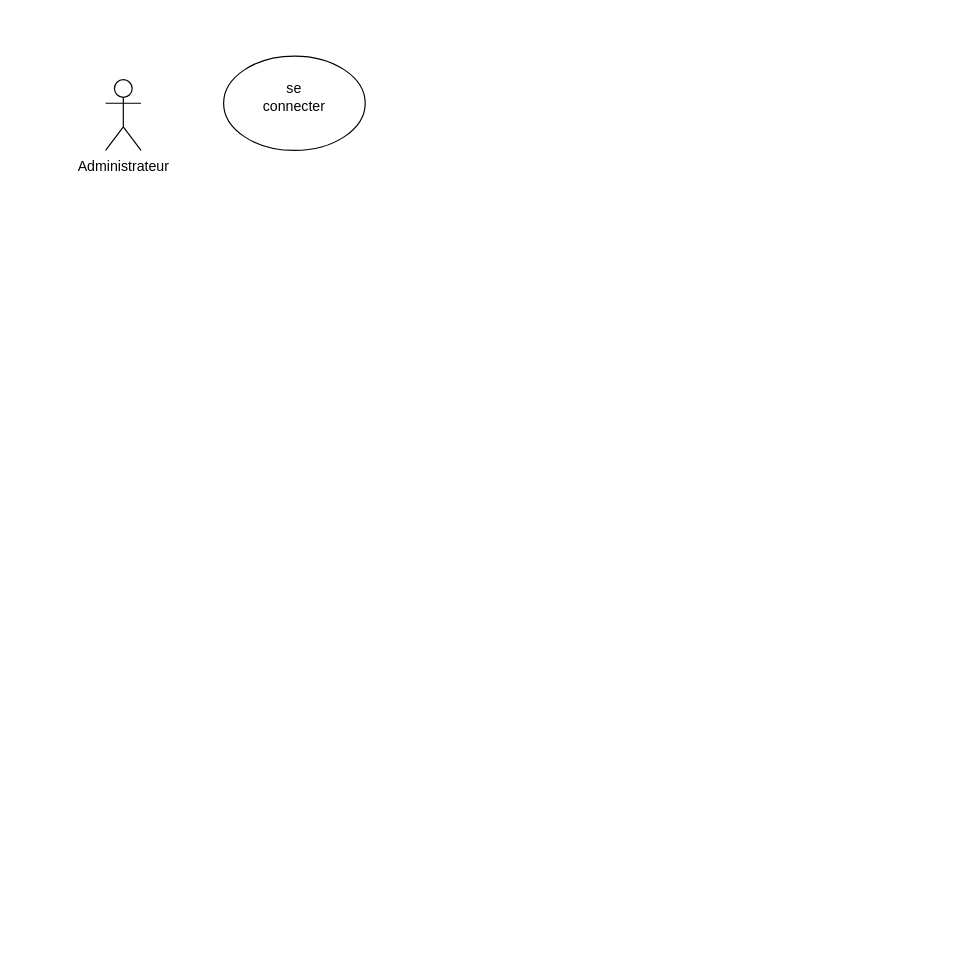
Before: PlanetBody/fonctionnalités.drawio in cyrisa02/diagrammes-UML, a draw.io diagram. Source tidied: cells renumbered, new cells numbered last; positions are measured from the earlier drawing's top-left corner, leaving out a move shared by most shapes. Both pictures are drawn from the tidied source at 118%, with x=0, y=0 at pixel (105, 55).
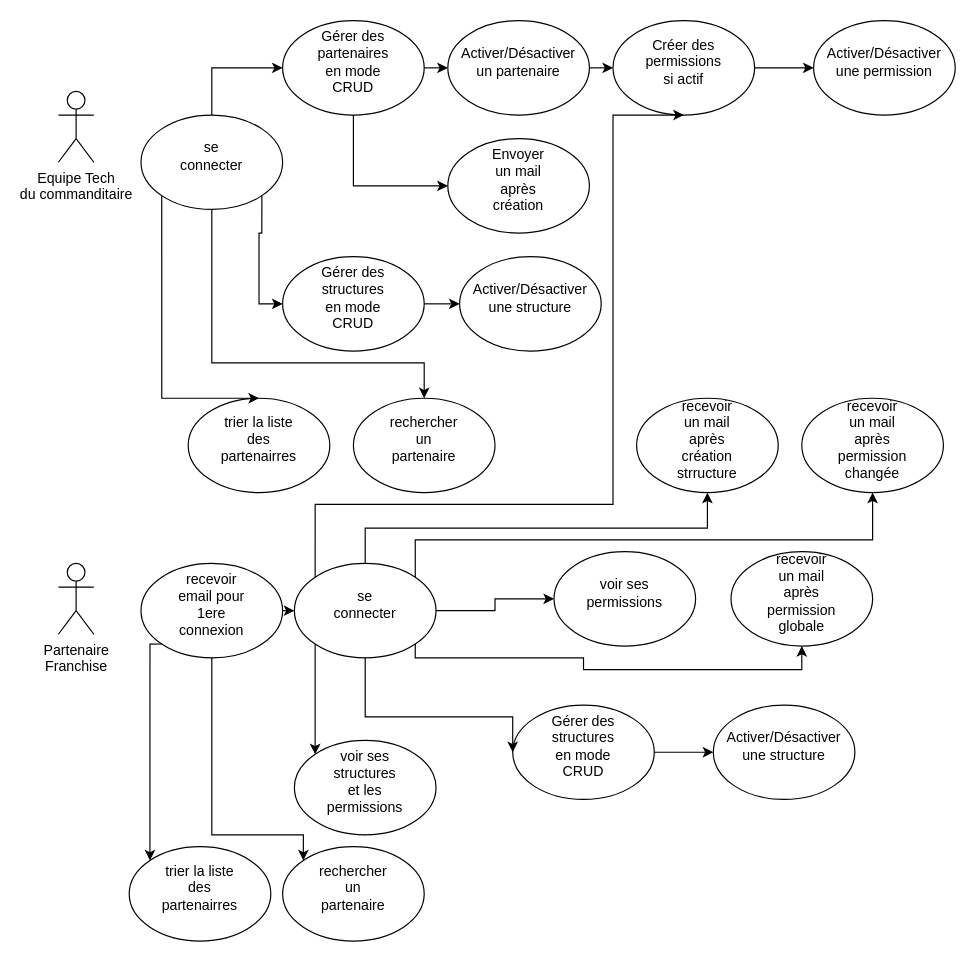
The same page after the edit.

Commit message:
Mettre à jour fonctionnalités.drawio

Unchanged cells that the change refers to:
```xml
<mxCell id="4" style="ellipse;whiteSpace=wrap;html=1;" parent="3" vertex="1">
  <mxGeometry width="120" height="80" as="geometry" />
</mxCell>
```

Diff of the diagram source:
```diff
@@
-    <mxCell id="2" value="Administrateur" style="shape=umlActor;verticalLabelPosition=bottom;verticalAlign=top;html=1;" parent="1" vertex="1">
-      <mxGeometry y="20" width="30" height="60" as="geometry" />
+    <mxCell id="2" value="&lt;div&gt;Equipe Tech&lt;/div&gt;&lt;div&gt;du commanditaire&lt;br&gt;&lt;/div&gt;" style="shape=umlActor;verticalLabelPosition=bottom;verticalAlign=top;html=1;" parent="1" vertex="1">
+      <mxGeometry x="-40" y="30" width="30" height="60" as="geometry" />
     </mxCell>
     <mxCell id="3" style="group;" parent="1" vertex="1">
-      <mxGeometry x="100" width="120" height="80" as="geometry" />
+      <mxGeometry x="30" y="50" width="120" height="80" as="geometry" />
     </mxCell>
@@
+    <mxCell id="6" style="group;" parent="1" vertex="1">
+      <mxGeometry x="150" y="-30" width="120" height="80" as="geometry" />
+    </mxCell>
+    <mxCell id="7" style="ellipse;whiteSpace=wrap;html=1;" parent="6" vertex="1">
+      <mxGeometry width="120" height="80" as="geometry" />
+    </mxCell>
+    <mxCell id="8" value="Gérer des partenaires en mode CRUD" style="text;html=1;strokeColor=none;fillColor=none;align=center;verticalAlign=middle;whiteSpace=wrap;rounded=0;" parent="6" vertex="1">
+      <mxGeometry x="30" y="20" width="60" height="30" as="geometry" />
+    </mxCell>
+    <mxCell id="9" style="group;" parent="1" vertex="1">
+      <mxGeometry x="150" y="170" width="120" height="80" as="geometry" />
+    </mxCell>
+    <mxCell id="10" style="ellipse;whiteSpace=wrap;html=1;" parent="9" vertex="1">
+      <mxGeometry width="120" height="80" as="geometry" />
+    </mxCell>
+    <mxCell id="11" value="Gérer des structures en mode CRUD" style="text;html=1;strokeColor=none;fillColor=none;align=center;verticalAlign=middle;whiteSpace=wrap;rounded=0;" parent="9" vertex="1">
+      <mxGeometry x="30" y="20" width="60" height="30" as="geometry" />
+    </mxCell>
+    <mxCell id="12" style="group;" parent="1" vertex="1">
+      <mxGeometry x="290" y="-30" width="120" height="80" as="geometry" />
+    </mxCell>
+    <mxCell id="13" style="ellipse;whiteSpace=wrap;html=1;" parent="12" vertex="1">
+      <mxGeometry width="120" height="80" as="geometry" />
+    </mxCell>
+    <mxCell id="14" value="Activer/Désactiver un partenaire" style="text;html=1;strokeColor=none;fillColor=none;align=center;verticalAlign=middle;whiteSpace=wrap;rounded=0;" parent="12" vertex="1">
+      <mxGeometry x="30" y="20" width="60" height="30" as="geometry" />
+    </mxCell>
+    <mxCell id="15" style="group;" parent="1" vertex="1">
+      <mxGeometry x="300" y="170" width="120" height="80" as="geometry" />
+    </mxCell>
+    <mxCell id="16" style="ellipse;whiteSpace=wrap;html=1;" parent="15" vertex="1">
+      <mxGeometry width="120" height="80" as="geometry" />
+    </mxCell>
+    <mxCell id="17" value="Activer/Désactiver une structure" style="text;html=1;strokeColor=none;fillColor=none;align=center;verticalAlign=middle;whiteSpace=wrap;rounded=0;" parent="15" vertex="1">
+      <mxGeometry x="30" y="20" width="60" height="30" as="geometry" />
+    </mxCell>
+    <mxCell id="18" style="group;" parent="1" vertex="1">
+      <mxGeometry x="430" y="-30" width="120" height="80" as="geometry" />
+    </mxCell>
+    <mxCell id="19" style="ellipse;whiteSpace=wrap;html=1;" parent="18" vertex="1">
+      <mxGeometry width="120" height="80" as="geometry" />
+    </mxCell>
+    <mxCell id="20" value="Créer des permissions si actif" style="text;html=1;strokeColor=none;fillColor=none;align=center;verticalAlign=middle;whiteSpace=wrap;rounded=0;" parent="18" vertex="1">
+      <mxGeometry x="30" y="20" width="60" height="30" as="geometry" />
+    </mxCell>
+    <mxCell id="21" style="group;" parent="1" vertex="1">
+      <mxGeometry x="600" y="-30" width="120" height="80" as="geometry" />
+    </mxCell>
+    <mxCell id="22" style="ellipse;whiteSpace=wrap;html=1;" parent="21" vertex="1">
+      <mxGeometry width="120" height="80" as="geometry" />
+    </mxCell>
+    <mxCell id="23" value="Activer/Désactiver une permission" style="text;html=1;strokeColor=none;fillColor=none;align=center;verticalAlign=middle;whiteSpace=wrap;rounded=0;" parent="21" vertex="1">
+      <mxGeometry x="30" y="20" width="60" height="30" as="geometry" />
+    </mxCell>
+    <mxCell id="24" style="group;" parent="1" vertex="1">
+      <mxGeometry x="290" y="70" width="120" height="80" as="geometry" />
+    </mxCell>
+    <mxCell id="25" style="ellipse;whiteSpace=wrap;html=1;" parent="24" vertex="1">
+      <mxGeometry width="120" height="80" as="geometry" />
+    </mxCell>
+    <mxCell id="26" value="Envoyer un mail après création" style="text;html=1;strokeColor=none;fillColor=none;align=center;verticalAlign=middle;whiteSpace=wrap;rounded=0;" parent="24" vertex="1">
+      <mxGeometry x="30" y="20" width="60" height="30" as="geometry" />
+    </mxCell>
+    <mxCell id="27" style="group;" parent="1" vertex="1">
+      <mxGeometry x="210" y="290" width="120" height="80" as="geometry" />
+    </mxCell>
+    <mxCell id="28" style="ellipse;whiteSpace=wrap;html=1;" parent="27" vertex="1">
+      <mxGeometry width="120" height="80" as="geometry" />
+    </mxCell>
+    <mxCell id="29" value="rechercher un partenaire" style="text;html=1;strokeColor=none;fillColor=none;align=center;verticalAlign=middle;whiteSpace=wrap;rounded=0;" parent="27" vertex="1">
+      <mxGeometry x="30" y="20" width="60" height="30" as="geometry" />
+    </mxCell>
+    <mxCell id="30" style="group;" parent="1" vertex="1">
+      <mxGeometry x="70" y="290" width="120" height="80" as="geometry" />
+    </mxCell>
+    <mxCell id="31" style="ellipse;whiteSpace=wrap;html=1;" parent="30" vertex="1">
+      <mxGeometry width="120" height="80" as="geometry" />
+    </mxCell>
+    <mxCell id="32" value="trier la liste des partenairres" style="text;html=1;strokeColor=none;fillColor=none;align=center;verticalAlign=middle;whiteSpace=wrap;rounded=0;" parent="30" vertex="1">
+      <mxGeometry x="30" y="20" width="60" height="30" as="geometry" />
+    </mxCell>
+    <mxCell id="33" style="edgeStyle=orthogonalEdgeStyle;rounded=0;jettySize=auto;html=1;exitX=0;exitY=1;exitDx=0;exitDy=0;" parent="1" edge="1" source="4">
+      <mxGeometry relative="1" as="geometry">
+        <mxPoint x="130" y="290" as="targetPoint" />
+        <Array as="points">
+          <mxPoint x="48" y="290" />
+        </Array>
+      </mxGeometry>
+    </mxCell>
+    <mxCell id="34" style="edgeStyle=orthogonalEdgeStyle;rounded=0;jettySize=auto;html=1;exitX=0.5;exitY=1;exitDx=0;exitDy=0;entryX=0.5;entryY=0;entryDx=0;entryDy=0;" parent="1" edge="1" source="4" target="28">
+      <mxGeometry relative="1" as="geometry">
+        <Array as="points">
+          <mxPoint x="90" y="260" />
+          <mxPoint x="270" y="260" />
+        </Array>
+      </mxGeometry>
+    </mxCell>
+    <mxCell id="35" style="edgeStyle=orthogonalEdgeStyle;rounded=0;jettySize=auto;html=1;exitX=1;exitY=1;exitDx=0;exitDy=0;entryX=0;entryY=0.5;entryDx=0;entryDy=0;" parent="1" edge="1" source="4" target="10">
+      <mxGeometry relative="1" as="geometry" />
+    </mxCell>
+    <mxCell id="36" style="edgeStyle=orthogonalEdgeStyle;rounded=0;jettySize=auto;html=1;exitX=1;exitY=0.5;exitDx=0;exitDy=0;entryX=0;entryY=0.5;entryDx=0;entryDy=0;" parent="1" edge="1" source="10" target="16">
+      <mxGeometry relative="1" as="geometry" />
+    </mxCell>
+    <mxCell id="37" style="edgeStyle=orthogonalEdgeStyle;rounded=0;jettySize=auto;html=1;exitX=0.5;exitY=0;exitDx=0;exitDy=0;entryX=0;entryY=0.5;entryDx=0;entryDy=0;" parent="1" edge="1" source="4" target="7">
+      <mxGeometry relative="1" as="geometry" />
+    </mxCell>
+    <mxCell id="38" style="edgeStyle=orthogonalEdgeStyle;rounded=0;jettySize=auto;html=1;exitX=1;exitY=0.5;exitDx=0;exitDy=0;entryX=0;entryY=0.5;entryDx=0;entryDy=0;" parent="1" edge="1" source="7" target="13">
+      <mxGeometry relative="1" as="geometry" />
+    </mxCell>
+    <mxCell id="39" style="edgeStyle=orthogonalEdgeStyle;rounded=0;jettySize=auto;html=1;exitX=1;exitY=0.5;exitDx=0;exitDy=0;entryX=0;entryY=0.5;entryDx=0;entryDy=0;" parent="1" edge="1" source="13" target="19">
+      <mxGeometry relative="1" as="geometry" />
+    </mxCell>
+    <mxCell id="40" style="edgeStyle=orthogonalEdgeStyle;rounded=0;jettySize=auto;html=1;exitX=1;exitY=0.5;exitDx=0;exitDy=0;entryX=0;entryY=0.5;entryDx=0;entryDy=0;" parent="1" edge="1" source="19" target="22">
+      <mxGeometry relative="1" as="geometry" />
+    </mxCell>
+    <mxCell id="41" style="edgeStyle=orthogonalEdgeStyle;rounded=0;jettySize=auto;html=1;exitX=0.5;exitY=1;exitDx=0;exitDy=0;entryX=0;entryY=0.5;entryDx=0;entryDy=0;" parent="1" edge="1" source="7" target="25">
+      <mxGeometry relative="1" as="geometry" />
+    </mxCell>
+    <mxCell id="42" value="&lt;div&gt;Partenaire&lt;/div&gt;&lt;div&gt;Franchise&lt;br&gt;&lt;/div&gt;" style="shape=umlActor;verticalLabelPosition=bottom;verticalAlign=top;html=1;" parent="1" vertex="1">
+      <mxGeometry x="-40" y="430" width="30" height="60" as="geometry" />
+    </mxCell>
+    <mxCell id="43" style="group;" parent="1" vertex="1">
+      <mxGeometry x="160" y="430" width="120" height="80" as="geometry" />
+    </mxCell>
+    <mxCell id="44" style="ellipse;whiteSpace=wrap;html=1;" parent="43" vertex="1">
+      <mxGeometry width="120" height="80" as="geometry" />
+    </mxCell>
+    <mxCell id="45" value="se connecter" style="text;html=1;strokeColor=none;fillColor=none;align=center;verticalAlign=middle;whiteSpace=wrap;rounded=0;" parent="43" vertex="1">
+      <mxGeometry x="30" y="20" width="60" height="30" as="geometry" />
+    </mxCell>
+    <mxCell id="46" style="group;" parent="1" vertex="1">
+      <mxGeometry x="30" y="430" width="120" height="80" as="geometry" />
+    </mxCell>
+    <mxCell id="47" style="ellipse;whiteSpace=wrap;html=1;" parent="46" vertex="1">
+      <mxGeometry width="120" height="80" as="geometry" />
+    </mxCell>
+    <mxCell id="48" value="recevoir email pour 1ere connexion" style="text;html=1;strokeColor=none;fillColor=none;align=center;verticalAlign=middle;whiteSpace=wrap;rounded=0;" parent="46" vertex="1">
+      <mxGeometry x="30" y="20" width="60" height="30" as="geometry" />
+    </mxCell>
+    <mxCell id="49" style="group;" parent="1" vertex="1">
+      <mxGeometry x="380" y="420" width="120" height="80" as="geometry" />
+    </mxCell>
+    <mxCell id="50" style="ellipse;whiteSpace=wrap;html=1;" parent="49" vertex="1">
+      <mxGeometry width="120" height="80" as="geometry" />
+    </mxCell>
+    <mxCell id="51" value="voir ses permissions" style="text;html=1;strokeColor=none;fillColor=none;align=center;verticalAlign=middle;whiteSpace=wrap;rounded=0;" parent="49" vertex="1">
+      <mxGeometry x="30" y="20" width="60" height="30" as="geometry" />
+    </mxCell>
+    <mxCell id="52" style="group;" parent="1" vertex="1">
+      <mxGeometry x="160" y="580" width="120" height="80" as="geometry" />
+    </mxCell>
+    <mxCell id="53" style="ellipse;whiteSpace=wrap;html=1;" parent="52" vertex="1">
+      <mxGeometry width="120" height="80" as="geometry" />
+    </mxCell>
+    <mxCell id="54" value="voir ses structures et les permissions" style="text;html=1;strokeColor=none;fillColor=none;align=center;verticalAlign=middle;whiteSpace=wrap;rounded=0;" parent="52" vertex="1">
+      <mxGeometry x="30" y="20" width="60" height="30" as="geometry" />
+    </mxCell>
+    <mxCell id="55" style="group;" parent="1" vertex="1">
+      <mxGeometry x="345" y="550" width="120" height="80" as="geometry" />
+    </mxCell>
+    <mxCell id="56" style="ellipse;whiteSpace=wrap;html=1;" parent="55" vertex="1">
+      <mxGeometry width="120" height="80" as="geometry" />
+    </mxCell>
+    <mxCell id="57" value="Gérer des structures en mode CRUD" style="text;html=1;strokeColor=none;fillColor=none;align=center;verticalAlign=middle;whiteSpace=wrap;rounded=0;" parent="55" vertex="1">
+      <mxGeometry x="30" y="20" width="60" height="30" as="geometry" />
+    </mxCell>
+    <mxCell id="58" style="group;" parent="1" vertex="1">
+      <mxGeometry x="515" y="550" width="120" height="80" as="geometry" />
+    </mxCell>
+    <mxCell id="59" style="ellipse;whiteSpace=wrap;html=1;" parent="58" vertex="1">
+      <mxGeometry width="120" height="80" as="geometry" />
+    </mxCell>
+    <mxCell id="60" value="Activer/Désactiver une structure" style="text;html=1;strokeColor=none;fillColor=none;align=center;verticalAlign=middle;whiteSpace=wrap;rounded=0;" parent="58" vertex="1">
+      <mxGeometry x="30" y="20" width="60" height="30" as="geometry" />
+    </mxCell>
+    <mxCell id="61" style="edgeStyle=orthogonalEdgeStyle;rounded=0;jettySize=auto;html=1;exitX=1;exitY=0.5;exitDx=0;exitDy=0;entryX=0;entryY=0.5;entryDx=0;entryDy=0;" parent="1" edge="1" source="56" target="59">
+      <mxGeometry relative="1" as="geometry" />
+    </mxCell>
+    <mxCell id="62" style="group;" parent="1" vertex="1">
+      <mxGeometry x="450" y="290" width="120" height="80" as="geometry" />
+    </mxCell>
+    <mxCell id="63" style="ellipse;whiteSpace=wrap;html=1;" parent="62" vertex="1">
+      <mxGeometry width="120" height="80" as="geometry" />
+    </mxCell>
+    <mxCell id="64" value="recevoir un mail après création strructure" style="text;html=1;strokeColor=none;fillColor=none;align=center;verticalAlign=middle;whiteSpace=wrap;rounded=0;" parent="62" vertex="1">
+      <mxGeometry x="30" y="20" width="60" height="30" as="geometry" />
+    </mxCell>
+    <mxCell id="65" style="group;" parent="1" vertex="1">
+      <mxGeometry x="590" y="290" width="120" height="80" as="geometry" />
+    </mxCell>
+    <mxCell id="66" style="ellipse;whiteSpace=wrap;html=1;" parent="65" vertex="1">
+      <mxGeometry width="120" height="80" as="geometry" />
+    </mxCell>
+    <mxCell id="67" value="recevoir un mail après permission changée" style="text;html=1;strokeColor=none;fillColor=none;align=center;verticalAlign=middle;whiteSpace=wrap;rounded=0;" parent="65" vertex="1">
+      <mxGeometry x="30" y="20" width="60" height="30" as="geometry" />
+    </mxCell>
+    <mxCell id="68" style="group;" parent="1" vertex="1">
+      <mxGeometry x="530" y="420" width="120" height="80" as="geometry" />
+    </mxCell>
+    <mxCell id="69" style="ellipse;whiteSpace=wrap;html=1;" parent="68" vertex="1">
+      <mxGeometry width="120" height="80" as="geometry" />
+    </mxCell>
+    <mxCell id="70" value="recevoir un mail après permission globale" style="text;html=1;strokeColor=none;fillColor=none;align=center;verticalAlign=middle;whiteSpace=wrap;rounded=0;" parent="68" vertex="1">
+      <mxGeometry x="30" y="20" width="60" height="30" as="geometry" />
+    </mxCell>
+    <mxCell id="71" style="group;" parent="1" vertex="1">
+      <mxGeometry x="150" y="670" width="120" height="80" as="geometry" />
+    </mxCell>
+    <mxCell id="72" style="ellipse;whiteSpace=wrap;html=1;" parent="71" vertex="1">
+      <mxGeometry width="120" height="80" as="geometry" />
+    </mxCell>
+    <mxCell id="73" value="rechercher un partenaire" style="text;html=1;strokeColor=none;fillColor=none;align=center;verticalAlign=middle;whiteSpace=wrap;rounded=0;" parent="71" vertex="1">
+      <mxGeometry x="30" y="20" width="60" height="30" as="geometry" />
+    </mxCell>
+    <mxCell id="74" style="group;" parent="1" vertex="1">
+      <mxGeometry x="20" y="670" width="120" height="80" as="geometry" />
+    </mxCell>
+    <mxCell id="75" style="ellipse;whiteSpace=wrap;html=1;" parent="74" vertex="1">
+      <mxGeometry width="120" height="80" as="geometry" />
+    </mxCell>
+    <mxCell id="76" value="trier la liste des partenairres" style="text;html=1;strokeColor=none;fillColor=none;align=center;verticalAlign=middle;whiteSpace=wrap;rounded=0;" parent="74" vertex="1">
+      <mxGeometry x="30" y="20" width="60" height="30" as="geometry" />
+    </mxCell>
+    <mxCell id="77" style="edgeStyle=orthogonalEdgeStyle;rounded=0;jettySize=auto;html=1;exitX=0.5;exitY=0;exitDx=0;exitDy=0;" parent="1" edge="1" source="44" target="63">
+      <mxGeometry relative="1" as="geometry" />
+    </mxCell>
+    <mxCell id="78" style="edgeStyle=orthogonalEdgeStyle;rounded=0;jettySize=auto;html=1;exitX=1;exitY=0;exitDx=0;exitDy=0;entryX=0.5;entryY=1;entryDx=0;entryDy=0;" parent="1" edge="1" source="44" target="66">
+      <mxGeometry relative="1" as="geometry">
+        <Array as="points">
+          <mxPoint x="262" y="410" />
+          <mxPoint x="650" y="410" />
+        </Array>
+      </mxGeometry>
+    </mxCell>
+    <mxCell id="79" style="edgeStyle=orthogonalEdgeStyle;rounded=0;jettySize=auto;html=1;exitX=0;exitY=1;exitDx=0;exitDy=0;entryX=0;entryY=0;entryDx=0;entryDy=0;" parent="1" edge="1" source="44" target="53">
+      <mxGeometry relative="1" as="geometry" />
+    </mxCell>
+    <mxCell id="80" style="edgeStyle=orthogonalEdgeStyle;rounded=0;jettySize=auto;html=1;exitX=0.5;exitY=1;exitDx=0;exitDy=0;entryX=0;entryY=0.5;entryDx=0;entryDy=0;" parent="1" edge="1" source="44" target="56">
+      <mxGeometry relative="1" as="geometry">
+        <Array as="points">
+          <mxPoint x="220" y="560" />
+          <mxPoint x="345" y="560" />
+        </Array>
+      </mxGeometry>
+    </mxCell>
+    <mxCell id="81" style="edgeStyle=orthogonalEdgeStyle;rounded=0;jettySize=auto;html=1;exitX=1;exitY=1;exitDx=0;exitDy=0;entryX=0.5;entryY=1;entryDx=0;entryDy=0;" parent="1" edge="1" source="44" target="69">
+      <mxGeometry relative="1" as="geometry">
+        <Array as="points">
+          <mxPoint x="262" y="510" />
+          <mxPoint x="405" y="510" />
+          <mxPoint x="405" y="520" />
+          <mxPoint x="590" y="520" />
+        </Array>
+      </mxGeometry>
+    </mxCell>
+    <mxCell id="82" style="edgeStyle=orthogonalEdgeStyle;rounded=0;jettySize=auto;html=1;exitX=1;exitY=0.5;exitDx=0;exitDy=0;entryX=0;entryY=0.5;entryDx=0;entryDy=0;" parent="1" edge="1" source="44" target="50">
+      <mxGeometry relative="1" as="geometry" />
+    </mxCell>
+    <mxCell id="83" style="edgeStyle=orthogonalEdgeStyle;rounded=0;jettySize=auto;html=1;exitX=1;exitY=0.5;exitDx=0;exitDy=0;entryX=0;entryY=0.5;entryDx=0;entryDy=0;" parent="1" edge="1" source="47" target="44">
+      <mxGeometry relative="1" as="geometry" />
+    </mxCell>
+    <mxCell id="84" style="edgeStyle=orthogonalEdgeStyle;rounded=0;jettySize=auto;html=1;exitX=0;exitY=0;exitDx=0;exitDy=0;entryX=0.5;entryY=1;entryDx=0;entryDy=0;" parent="1" edge="1" source="44" target="19">
+      <mxGeometry relative="1" as="geometry">
+        <Array as="points">
+          <mxPoint x="178" y="380" />
+          <mxPoint x="430" y="380" />
+          <mxPoint x="430" y="50" />
+        </Array>
+      </mxGeometry>
+    </mxCell>
+    <mxCell id="85" style="edgeStyle=orthogonalEdgeStyle;rounded=0;jettySize=auto;html=1;exitX=0;exitY=1;exitDx=0;exitDy=0;entryX=0;entryY=0;entryDx=0;entryDy=0;" parent="1" edge="1" source="47" target="75">
+      <mxGeometry relative="1" as="geometry">
+        <Array as="points">
+          <mxPoint x="38" y="498" />
+        </Array>
+      </mxGeometry>
+    </mxCell>
+    <mxCell id="86" style="edgeStyle=orthogonalEdgeStyle;rounded=0;jettySize=auto;html=1;exitX=0.5;exitY=1;exitDx=0;exitDy=0;entryX=0;entryY=0;entryDx=0;entryDy=0;" parent="1" edge="1" source="47" target="72">
+      <mxGeometry relative="1" as="geometry">
+        <Array as="points">
+          <mxPoint x="90" y="660" />
+          <mxPoint x="168" y="660" />
+        </Array>
+      </mxGeometry>
+    </mxCell>
```
